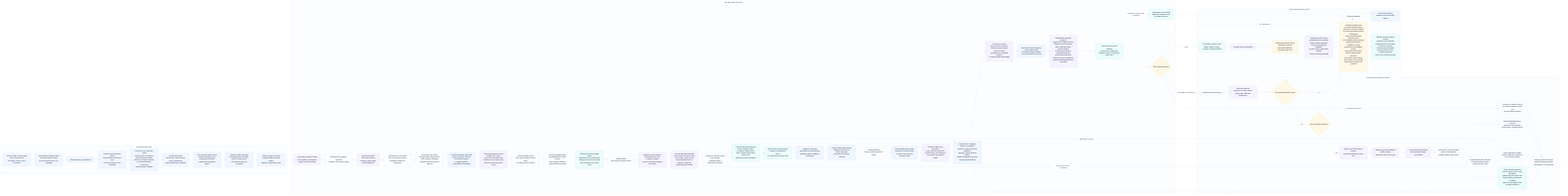
This is odylith/atlas/source/domain-intelligence-greenfield-governance.png from odylith/odylith, a Mermaid export, as it was before one commit. Its source is kept beside it as odylith/atlas/source/domain-intelligence-greenfield-governance.mmd.
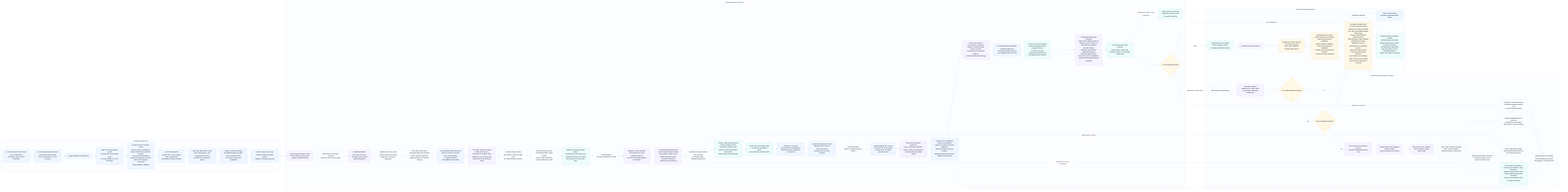
Later version of the same file.

Change to the diagram source:
```diff
@@ -5,7 +5,7 @@
       confirmable_stdout["Confirmable propose stdout<br/>concrete product intent,<br/>no host instructions or CLI envelope"]
       confirm["Single operator confirmation"]
       source_guard["Intent source boundary guard<br/>Original user intent block only,<br/>no host guidance or CLI envelope"]
-      prompt_recovery["Prompt-source recovery owner<br/>direct product containers,<br/>actor-led gerund paths,<br/>semicolon purpose context,<br/>source punctuation preserved<br/>before generic fallback"]
+      prompt_recovery["Prompt-source recovery owner<br/>direct product containers,<br/>helper-relative actor/action clauses,<br/>actor-led gerund paths,<br/>semicolon purpose context,<br/>source punctuation preserved<br/>before generic fallback"]
       confirmed_ir["ConfirmedIntentIR<br/>section IDs, source spans,<br/>hash, provenance,<br/>grammatical object phrases"]
       non_goal_owner["Non-goal derivation owner<br/>proof, assumption, and ambiguity exclusions<br/>outside the completion parent"]
       sparse_systems["Sparse system topology<br/>terse/generated rows gain proof or state owner,<br/>rich explicit rows stay unpadded"]
@@ -35,9 +35,10 @@
       draft_set["ArtifactDraftSet<br/>human-visible governed drafts"]
       artifact_units["ArtifactQualityUnit stream<br/>projection id, source path,<br/>surface role, text kind,<br/>semantic node"]
       visible_actor_projection["Tribunal visible actor projection<br/>actor_source provenance,<br/>explicit many-hat allowance,<br/>role-specific generated labels"]
-      validators["Deterministic validators<br/>schema, traceability,<br/>grammar, typed canonical repetition,<br/>topology, Project prompt quality,<br/>typed generated-copy units,<br/>clipped terminal labels"]
+      validators["Deterministic validators<br/>schema, traceability,<br/>grammar, typed canonical repetition,<br/>topology, Project prompt quality,<br/>typed generated-copy units,<br/>clipped terminal tails"]
       expert_lenses["Expert-lens review<br/>PM, architect, engineer,<br/>domain reviewer typed owner contract<br/>coverage over accepted systems,<br/>including deferred topology"]
       persisted_readback["Persisted artifact readback<br/>create payload and accepted-project preview<br/>must agree before scoring"]
+      governed_readback["Governed record readback<br/>release catalogs/events,<br/>program waves,<br/>Compass records,<br/>surface payload globals,<br/>persisted source-launch"]
       evidence_readback["Independent package evidence<br/>project brief, Radar sections,<br/>Registry proof contracts,<br/>Atlas topology labels,<br/>prewrite safety,<br/>Project prompts from persisted payload,<br/>declared sentinel plus distinctive-anchor readback,<br/>guidance/catalog Markdown excluded"]
       typed_findings["Source-owned typed findings<br/>target layer, target path,<br/>semantic node, no proposal-repair lane"]
       legacy_blockers["Legacy/raw issue strings<br/>diagnostic blockers only,<br/>no repair authority"]
@@ -69,14 +70,14 @@
       blockers["Exact final blockers<br/>operator sees actionable failure"]
       proof_log["Compass proof checkpoint"]
       surface_custody["Rendered surface custody<br/>Casebook included,<br/>Atlas static fallback,<br/>browser state proof"]
-      matrix_scorer["Hardened matrix scorer<br/>grounded anchor preflight,<br/>public artifact readback,<br/>Project shell payload readback,<br/>browser proof required by default,<br/>runtime custody excluded"]
+      matrix_scorer["Hardened matrix scorer<br/>grounded anchor preflight,<br/>persisted governed readback,<br/>public artifact readback,<br/>Project shell payload readback,<br/>browser proof as premium blocker,<br/>runtime custody excluded"]
       release_matrix["Installed release proof<br/>13-case standard matrix,<br/>Casebook surface included,<br/>per-case generated browser state proof,<br/>Project tab DOM and payload proof,<br/>Atlas diagram state checked,<br/>independent artifact readback scoring,<br/>generated-term leakage rescan,<br/>persisted matrix JSON,<br/>failed-create blocker excerpts,<br/>strict temp-root cleanup,<br/>plus rescue wiring smoke<br/>natural rescue proof still required"]
       selected_case_leakage["Release domain leakage custody<br/>declared case sentinels,<br/>filtered distinctive anchors,<br/>historical sentinels,<br/>and generated readback<br/>scan protected source, shipped guidance,<br/>wheel, and runtime archives"]
     end
 
     visible_intent --> confirmable_stdout --> confirm --> source_guard --> prompt_recovery --> confirmed_ir --> non_goal_owner --> sparse_systems --> public_system_copy
     public_system_copy --> apply_input --> compiler --> semantic_ir --> actor_role_owner --> actor_path_role --> external_boundary --> sequence_owner --> subject_carry_guard --> result_language --> prose_shape_guard --> artifact_plan --> release_scope --> canonical_facts --> projection_contract --> projections --> state_boundary_titles --> next_steps --> project_dashboard --> draft_set
-    draft_set --> artifact_units --> visible_actor_projection --> validators --> expert_lenses --> persisted_readback --> evidence_readback --> typed_findings --> final_manifest
+    draft_set --> artifact_units --> visible_actor_projection --> validators --> expert_lenses --> persisted_readback --> governed_readback --> evidence_readback --> typed_findings --> final_manifest
     typed_findings -- "untyped or legacy-only evidence" --> legacy_blockers --> rollback
     final_manifest -- "pass" --> writes --> proof_log --> surface_custody --> matrix_scorer --> release_matrix --> selected_case_leakage
     final_manifest -- "rendered scope drift" --> projection_rerender --> rerender
@@ -102,7 +103,7 @@
     classDef rescue fill:#FFF7ED,stroke:#FDBA74,color:#17233A,stroke-width:1.2px;
     classDef write fill:#F0FDF4,stroke:#86EFAC,color:#17233A,stroke-width:1.2px;
     class visible_intent,confirmable_stdout,confirm,source_guard,prompt_recovery,confirmed_ir,non_goal_owner,sparse_systems,public_system_copy intent;
-    class apply_input,compiler,semantic_ir,actor_role_owner,actor_path_role,external_boundary,sequence_owner,subject_carry_guard,result_language,prose_shape_guard,artifact_plan,release_scope,canonical_facts,projection_contract,projections,state_boundary_titles,next_steps,project_dashboard,draft_set,artifact_units,visible_actor_projection,validators,expert_lenses,persisted_readback,evidence_readback,typed_findings,legacy_blockers,final_manifest standard;
+    class apply_input,compiler,semantic_ir,actor_role_owner,actor_path_role,external_boundary,sequence_owner,subject_carry_guard,result_language,prose_shape_guard,artifact_plan,release_scope,canonical_facts,projection_contract,projections,state_boundary_titles,next_steps,project_dashboard,draft_set,artifact_units,visible_actor_projection,validators,expert_lenses,persisted_readback,governed_readback,evidence_readback,typed_findings,legacy_blockers,final_manifest standard;
     class repairable,patchset,executable_target,rescue_budget,tribunal_planner,provider_adapter,strict_schema,custody_check,semantic_apply,plan_apply,scope_ledger,projection_rerender,copy_repair,rerender rescue;
     class writes,rollback,blockers,proof_log,surface_custody,matrix_scorer,release_matrix,selected_case_leakage write;
 
```
